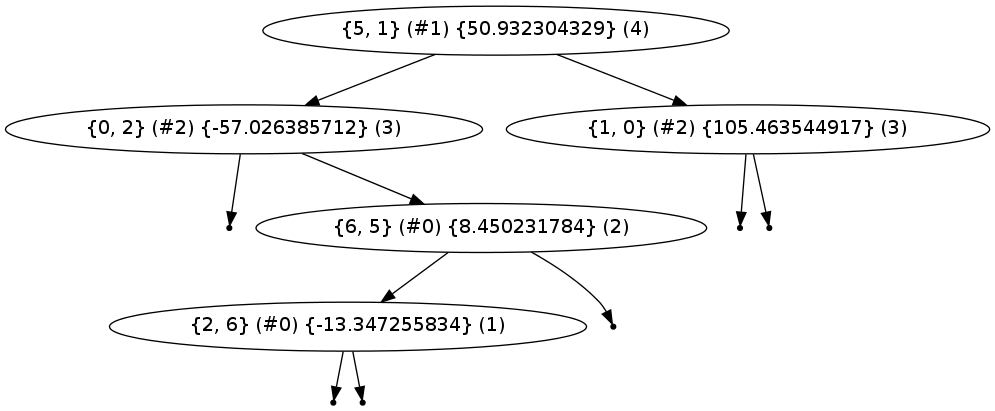
The Graphviz diagram Voronoi_Diagrams/graph.png in cerdogan/Job, before a commit. Its source is kept beside it as Voronoi_Diagrams/graph.dot.
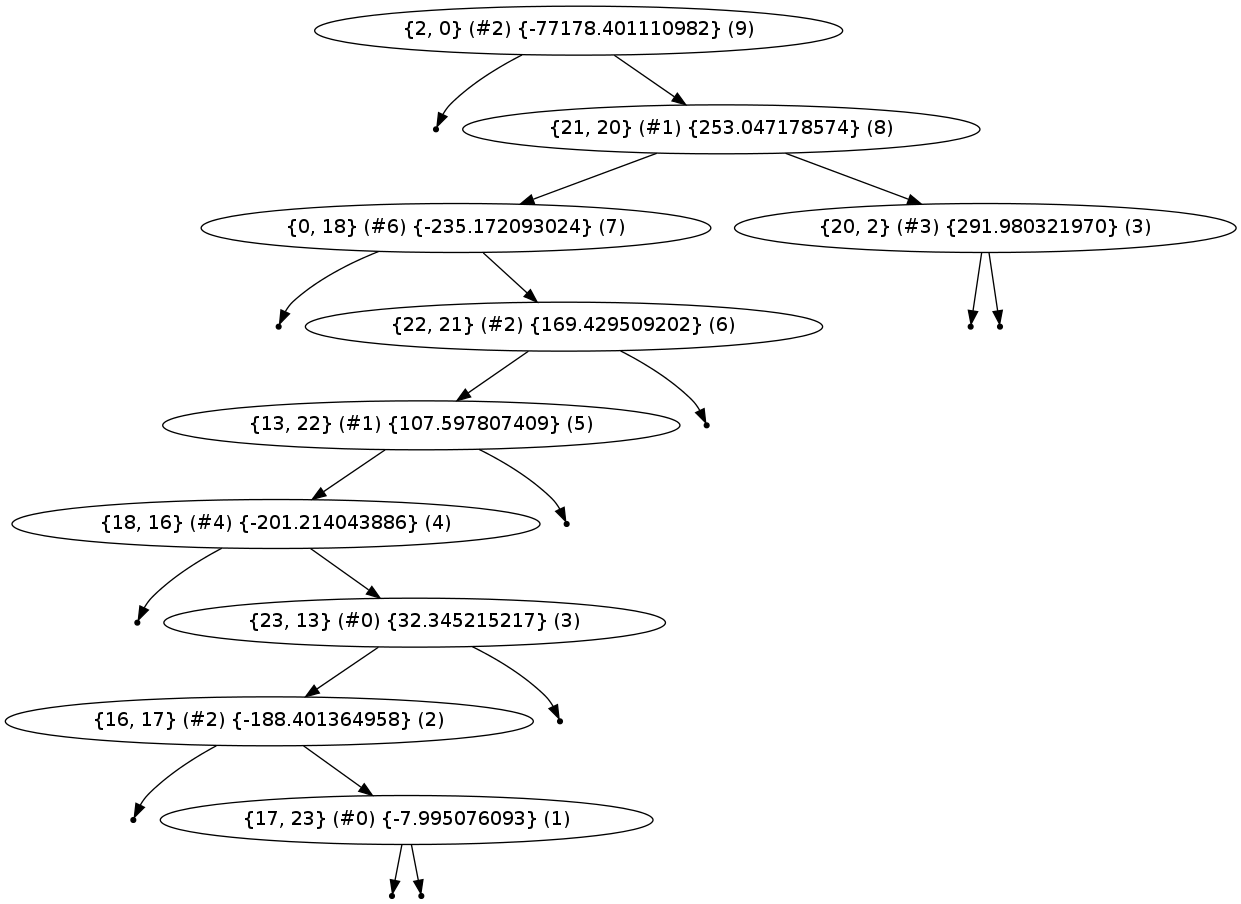
Above is the later version.

What changed in the source:
```diff
@@ -1,20 +1,35 @@
 digraph {
 graph [ordering="out"]
-"{5, 1} (#1) {50.932304329} (4)"
-"{5, 1} (#1) {50.932304329} (4)" -> "{0, 2} (#2) {-57.026385712} (3)"
-"null{0, 2} (#2) {-57.026385712}-0" [shape=point];
-"{0, 2} (#2) {-57.026385712} (3)" -> "null{0, 2} (#2) {-57.026385712}-0";
-"{0, 2} (#2) {-57.026385712} (3)" -> "{6, 5} (#0) {8.450231784} (2)"
-"{6, 5} (#0) {8.450231784} (2)" -> "{2, 6} (#0) {-13.347255834} (1)"
-"null{2, 6} (#0) {-13.347255834}-0" [shape=point];
-"{2, 6} (#0) {-13.347255834} (1)" -> "null{2, 6} (#0) {-13.347255834}-0";
-"null{2, 6} (#0) {-13.347255834}-1" [shape=point];
-"{2, 6} (#0) {-13.347255834} (1)" -> "null{2, 6} (#0) {-13.347255834}-1";
-"null{6, 5} (#0) {8.450231784}-1" [shape=point];
-"{6, 5} (#0) {8.450231784} (2)" -> "null{6, 5} (#0) {8.450231784}-1";
-"{5, 1} (#1) {50.932304329} (4)" -> "{1, 0} (#2) {105.463544917} (3)"
-"null{1, 0} (#2) {105.463544917}-0" [shape=point];
-"{1, 0} (#2) {105.463544917} (3)" -> "null{1, 0} (#2) {105.463544917}-0";
-"null{1, 0} (#2) {105.463544917}-1" [shape=point];
-"{1, 0} (#2) {105.463544917} (3)" -> "null{1, 0} (#2) {105.463544917}-1";
+"{2, 0} (#2) {-77178.401110982} (9)"
+"null{2, 0} (#2) {-77178.401110982}-0" [shape=point];
+"{2, 0} (#2) {-77178.401110982} (9)" -> "null{2, 0} (#2) {-77178.401110982}-0";
+"{2, 0} (#2) {-77178.401110982} (9)" -> "{21, 20} (#1) {253.047178574} (8)"
+"{21, 20} (#1) {253.047178574} (8)" -> "{0, 18} (#6) {-235.172093024} (7)"
+"null{0, 18} (#6) {-235.172093024}-0" [shape=point];
+"{0, 18} (#6) {-235.172093024} (7)" -> "null{0, 18} (#6) {-235.172093024}-0";
+"{0, 18} (#6) {-235.172093024} (7)" -> "{22, 21} (#2) {169.429509202} (6)"
+"{22, 21} (#2) {169.429509202} (6)" -> "{13, 22} (#1) {107.597807409} (5)"
+"{13, 22} (#1) {107.597807409} (5)" -> "{18, 16} (#4) {-201.214043886} (4)"
+"null{18, 16} (#4) {-201.214043886}-0" [shape=point];
+"{18, 16} (#4) {-201.214043886} (4)" -> "null{18, 16} (#4) {-201.214043886}-0";
+"{18, 16} (#4) {-201.214043886} (4)" -> "{23, 13} (#0) {32.345215217} (3)"
+"{23, 13} (#0) {32.345215217} (3)" -> "{16, 17} (#2) {-188.401364958} (2)"
+"null{16, 17} (#2) {-188.401364958}-0" [shape=point];
+"{16, 17} (#2) {-188.401364958} (2)" -> "null{16, 17} (#2) {-188.401364958}-0";
+"{16, 17} (#2) {-188.401364958} (2)" -> "{17, 23} (#0) {-7.995076093} (1)"
+"null{17, 23} (#0) {-7.995076093}-0" [shape=point];
+"{17, 23} (#0) {-7.995076093} (1)" -> "null{17, 23} (#0) {-7.995076093}-0";
+"null{17, 23} (#0) {-7.995076093}-1" [shape=point];
+"{17, 23} (#0) {-7.995076093} (1)" -> "null{17, 23} (#0) {-7.995076093}-1";
+"null{23, 13} (#0) {32.345215217}-1" [shape=point];
+"{23, 13} (#0) {32.345215217} (3)" -> "null{23, 13} (#0) {32.345215217}-1";
+"null{13, 22} (#1) {107.597807409}-1" [shape=point];
+"{13, 22} (#1) {107.597807409} (5)" -> "null{13, 22} (#1) {107.597807409}-1";
+"null{22, 21} (#2) {169.429509202}-1" [shape=point];
+"{22, 21} (#2) {169.429509202} (6)" -> "null{22, 21} (#2) {169.429509202}-1";
+"{21, 20} (#1) {253.047178574} (8)" -> "{20, 2} (#3) {291.980321970} (3)"
+"null{20, 2} (#3) {291.980321970}-0" [shape=point];
+"{20, 2} (#3) {291.980321970} (3)" -> "null{20, 2} (#3) {291.980321970}-0";
+"null{20, 2} (#3) {291.980321970}-1" [shape=point];
+"{20, 2} (#3) {291.980321970} (3)" -> "null{20, 2} (#3) {291.980321970}-1";
 }
```
